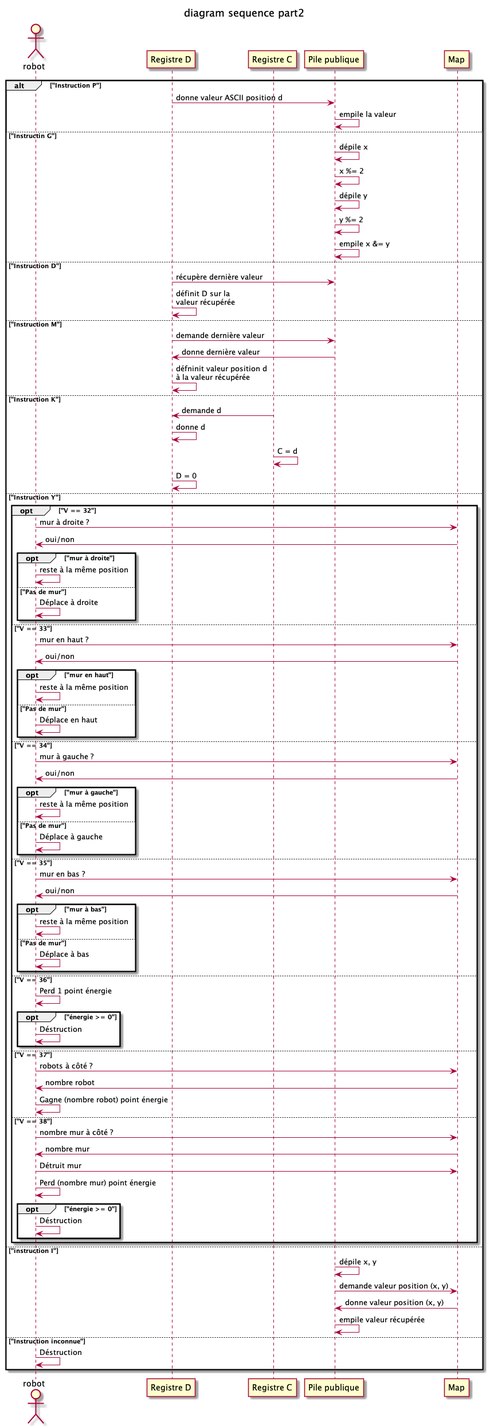
Earlier version of the PlantUML export files/uml/diagramSequencePart2.png (AlphaBooy/Mars-Robot). Its diagram source:
```plantuml
@startuml diagramSequencePart2
title diagram sequence part2
actor robot
participant "Registre D" as D
participant "Registre C" as C
participant "Pile publique" as PP
alt "Instruction P"
    D -> PP : donne valeur ASCII position d
    PP -> PP : empile la valeur
else "Instructin G"
    PP -> PP : dépile x
    PP->PP: x %= 2
    PP->PP : dépile y
    PP -> PP : y %= 2
    PP->PP : empile x &= y
else "Instruction D"
    D -> PP : récupère dernière valeur
    D -> D : définit D sur la \nvaleur récupérée
else "Instruction M"
    D -> PP : demande dernière valeur
    PP -> D : donne dernière valeur
    D -> D : défninit valeur position d \nà la valeur récupérée
else "Instruction K"
    C -> D : demande d
    D -> D : donne d
    C -> C : C = d
    D -> D : D = 0
else "Instruction Y"
    opt "V == 32"
        robot -> Map : mur à droite ?
        Map -> robot : oui/non
        opt "mur à droite"
            robot -> robot : reste à la même position
        else "Pas de mur"
            robot -> robot : Déplace à droite
        end
    else "V == 33"
        robot -> Map : mur en haut ?
        Map -> robot : oui/non
        opt "mur en haut"
            robot -> robot : reste à la même position
        else "Pas de mur"
            robot -> robot : Déplace en haut
        end
    else "V == 34"
        robot -> Map : mur à gauche ?
        Map -> robot : oui/non
        opt "mur à gauche"
            robot -> robot : reste à la même position
        else "Pas de mur"
            robot -> robot : Déplace à gauche
        end
    else "V == 35"
        robot -> Map : mur en bas ?
        Map -> robot : oui/non
        opt "mur à bas"
            robot -> robot : reste à la même position
        else "Pas de mur"
            robot -> robot : Déplace à bas
        end
    else "V == 36"
        robot -> robot : Perd 1 point énergie
        opt "énergie >= 0"
            robot -> robot : Déstruction
        end
    else "V == 37"
        robot -> Map : robots à côté ?
        Map -> robot : nombre robot
        robot -> robot : Gagne (nombre robot) point énergie
    else "V == 38"
        robot-> Map : nombre mur à côté ?
        Map -> robot : nombre mur
        robot -> Map : Détruit mur
        robot -> robot : Perd (nombre mur) point énergie
        opt "énergie >= 0"
            robot -> robot : Déstruction
        end
    end
else "instruction I"
    PP -> PP : dépile x, y
    PP -> Map : demande valeur position (x, y)
    Map -> PP : donne valeur position (x, y)
    PP -> PP : empile valeur récupérée
else "Instruction inconnue"
    robot -> robot : Déstruction
end
@enduml
```
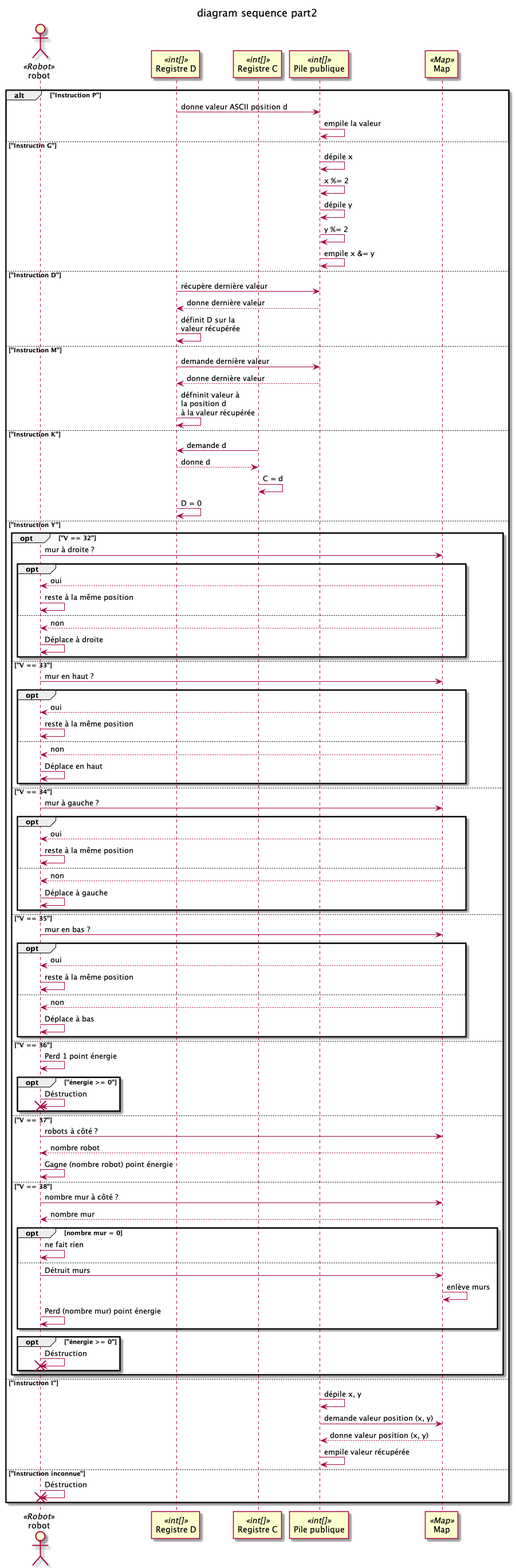
After the change.

Commit message:
♻️ update diagramme sequence partie 2

Diff of the diagram source:
```diff
@@ -1,9 +1,10 @@
 @startuml diagramSequencePart2
 title diagram sequence part2
-actor robot
-participant "Registre D" as D
-participant "Registre C" as C
-participant "Pile publique" as PP
+actor robot as robot <<Robot>>
+participant "Registre D" as D <<int[]>>
+participant "Registre C" as C <<int[]>>
+participant "Pile publique" as PP <<int[]>>
+participant Map as Map <<Map>>
 alt "Instruction P"
     D -> PP : donne valeur ASCII position d
     PP -> PP : empile la valeur
@@ -15,73 +16,87 @@
     PP->PP : empile x &= y
 else "Instruction D"
     D -> PP : récupère dernière valeur
+    PP --> D : donne dernière valeur
     D -> D : définit D sur la \nvaleur récupérée
 else "Instruction M"
     D -> PP : demande dernière valeur
-    PP -> D : donne dernière valeur
-    D -> D : défninit valeur position d \nà la valeur récupérée
+    PP --> D : donne dernière valeur
+    D -> D : défninit valeur à \nla position d \nà la valeur récupérée
 else "Instruction K"
     C -> D : demande d
-    D -> D : donne d
+    D --> C : donne d
     C -> C : C = d
     D -> D : D = 0
 else "Instruction Y"
     opt "V == 32"
         robot -> Map : mur à droite ?
-        Map -> robot : oui/non
-        opt "mur à droite"
+        opt
+            Map --> robot : oui
             robot -> robot : reste à la même position
-        else "Pas de mur"
+        else
+            Map --> robot : non
             robot -> robot : Déplace à droite
         end
     else "V == 33"
         robot -> Map : mur en haut ?
-        Map -> robot : oui/non
-        opt "mur en haut"
+        opt
+            Map --> robot : oui
             robot -> robot : reste à la même position
-        else "Pas de mur"
+        else
+            Map --> robot : non
             robot -> robot : Déplace en haut
         end
     else "V == 34"
         robot -> Map : mur à gauche ?
-        Map -> robot : oui/non
-        opt "mur à gauche"
+
+        opt
+            Map --> robot : oui
             robot -> robot : reste à la même position
-        else "Pas de mur"
+        else
+            Map --> robot : non
             robot -> robot : Déplace à gauche
         end
     else "V == 35"
         robot -> Map : mur en bas ?
-        Map -> robot : oui/non
-        opt "mur à bas"
+        opt
+            Map --> robot : oui
             robot -> robot : reste à la même position
-        else "Pas de mur"
+        else
+            Map --> robot : non
             robot -> robot : Déplace à bas
         end
     else "V == 36"
         robot -> robot : Perd 1 point énergie
         opt "énergie >= 0"
             robot -> robot : Déstruction
+            destroy robot
         end
     else "V == 37"
         robot -> Map : robots à côté ?
-        Map -> robot : nombre robot
+        Map --> robot : nombre robot
         robot -> robot : Gagne (nombre robot) point énergie
     else "V == 38"
         robot-> Map : nombre mur à côté ?
-        Map -> robot : nombre mur
-        robot -> Map : Détruit mur
-        robot -> robot : Perd (nombre mur) point énergie
+        Map --> robot : nombre mur
+        opt nombre mur = 0
+            robot -> robot : ne fait rien
+        else
+            robot -> Map : Détruit murs
+            Map -> Map: enlève murs
+            robot -> robot : Perd (nombre mur) point énergie
+        end
         opt "énergie >= 0"
             robot -> robot : Déstruction
+            destroy robot
         end
     end
 else "instruction I"
     PP -> PP : dépile x, y
     PP -> Map : demande valeur position (x, y)
-    Map -> PP : donne valeur position (x, y)
+    Map --> PP : donne valeur position (x, y)
     PP -> PP : empile valeur récupérée
 else "Instruction inconnue"
     robot -> robot : Déstruction
+    destroy robot
 end
 @enduml
```
